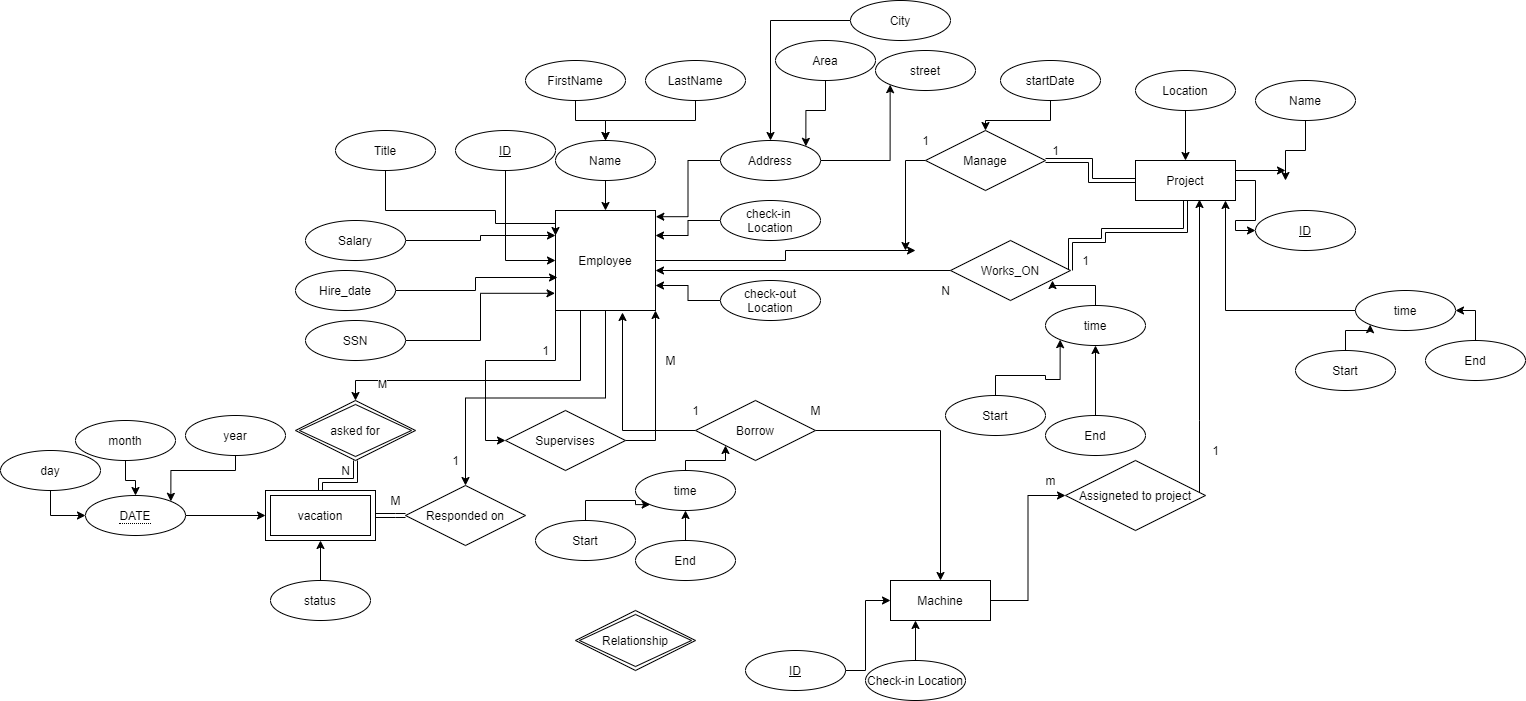
Earlier version of the draw.io export ERD.png (aymanred121/IGEC-Logging-App-Project). Source tidied: cells renumbered, new cells last; positions are measured from the earlier drawing's top-left corner, leaving out a move shared by most shapes.
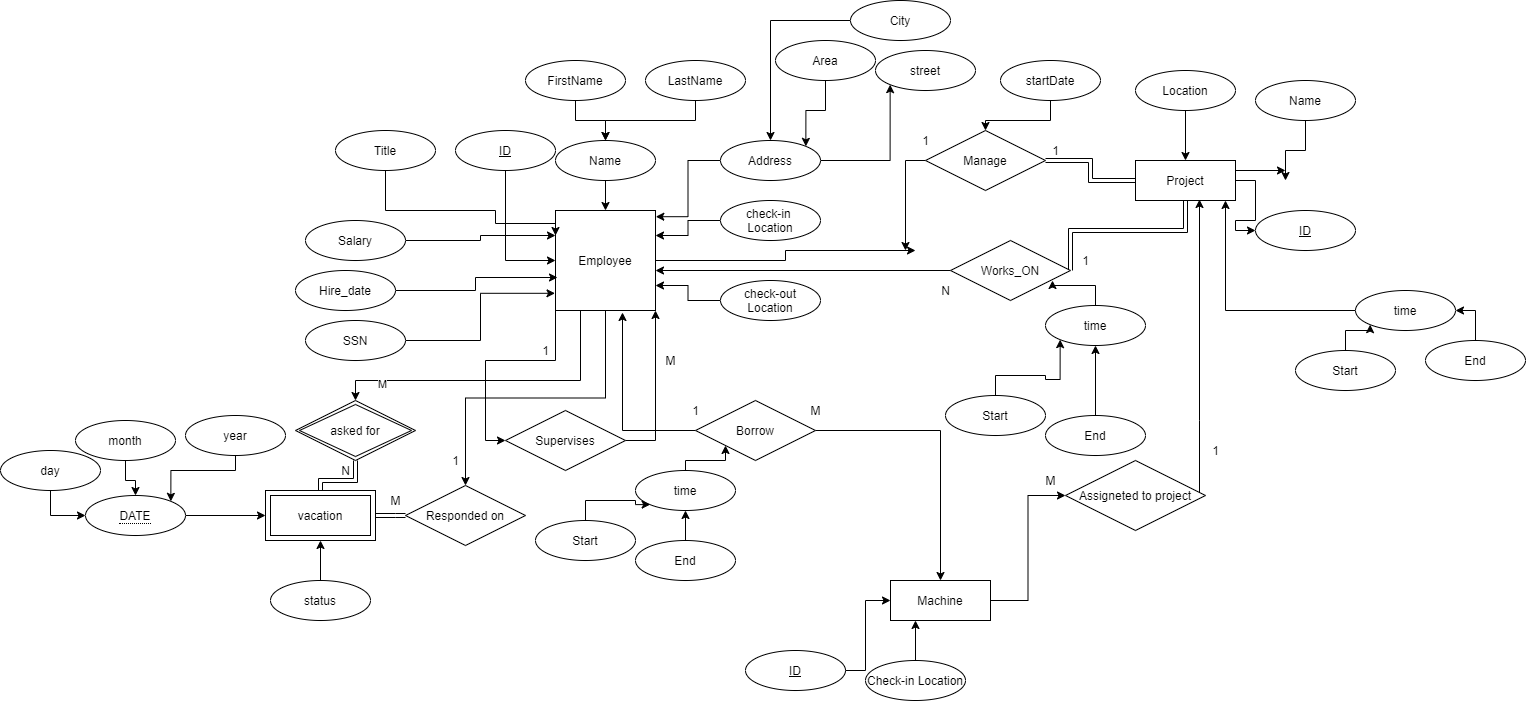
The same file after the commit.

Commit message:
ERD with vacation table "Not reviewed"

What changed in the source:
```diff
@@ -35,12 +35,11 @@
     <mxCell id="9" style="edgeStyle=orthogonalEdgeStyle;rounded=0;jettySize=auto;html=1;entryX=0;entryY=0.5;entryDx=0;entryDy=0;" parent="1" edge="1" source="11" target="39">
       <mxGeometry relative="1" as="geometry" />
     </mxCell>
-    <mxCell id="10" style="edgeStyle=orthogonalEdgeStyle;rounded=0;jettySize=auto;html=1;strokeColor=#000000;strokeWidth=1;entryX=1;entryY=0.5;entryDx=0;entryDy=0;shape=link;" parent="1" edge="1" source="11" target="50">
+    <mxCell id="10" style="edgeStyle=orthogonalEdgeStyle;rounded=0;jettySize=auto;html=1;strokeColor=#000000;strokeWidth=1;entryX=1;entryY=0.5;entryDx=0;entryDy=0;shape=link;labelBackgroundColor=default;fontColor=default;" parent="1" edge="1" source="11" target="50">
       <mxGeometry relative="1" as="geometry">
         <Array as="points">
           <mxPoint x="1185" y="230" />
-          <mxPoint x="1103" y="230" />
-          <mxPoint x="1103" y="240" />
+          <mxPoint x="1070" y="230" />
         </Array>
       </mxGeometry>
     </mxCell>
@@ -273,7 +272,7 @@
     <mxCell id="74" value="1" style="text;html=1;align=center;verticalAlign=middle;strokeColor=none;" parent="1" vertex="1">
       <mxGeometry x="1205" y="440" width="20" height="20" as="geometry" />
     </mxCell>
-    <mxCell id="75" value="m" style="text;html=1;align=center;verticalAlign=middle;strokeColor=none;" parent="1" vertex="1">
+    <mxCell id="75" value="M" style="text;html=1;align=center;verticalAlign=middle;strokeColor=none;" parent="1" vertex="1">
       <mxGeometry x="1035" y="470" width="30" height="20" as="geometry" />
     </mxCell>
     <mxCell id="76" value="street" style="ellipse;whiteSpace=wrap;html=1;align=center;" parent="1" vertex="1">
@@ -377,9 +376,6 @@
     <mxCell id="105" value="vacation" style="shape=ext;margin=3;double=1;whiteSpace=wrap;html=1;align=center;fontColor=default;strokeColor=default;fillColor=default;gradientColor=none;" parent="1" vertex="1">
       <mxGeometry x="265" y="490" width="110" height="50" as="geometry" />
     </mxCell>
-    <mxCell id="106" value="Relationship" style="shape=rhombus;double=1;perimeter=rhombusPerimeter;whiteSpace=wrap;html=1;align=center;fontColor=default;strokeColor=default;fillColor=default;gradientColor=none;" parent="1" vertex="1">
-      <mxGeometry x="575" y="610" width="120" height="60" as="geometry" />
-    </mxCell>
     <mxCell id="107" style="edgeStyle=orthogonalEdgeStyle;rounded=0;jettySize=auto;html=1;labelBackgroundColor=default;fontColor=default;strokeColor=default;exitX=0;exitY=0.5;exitDx=0;exitDy=0;shape=link;" parent="1" edge="1" source="112" target="105">
       <mxGeometry relative="1" as="geometry" />
     </mxCell>
```
